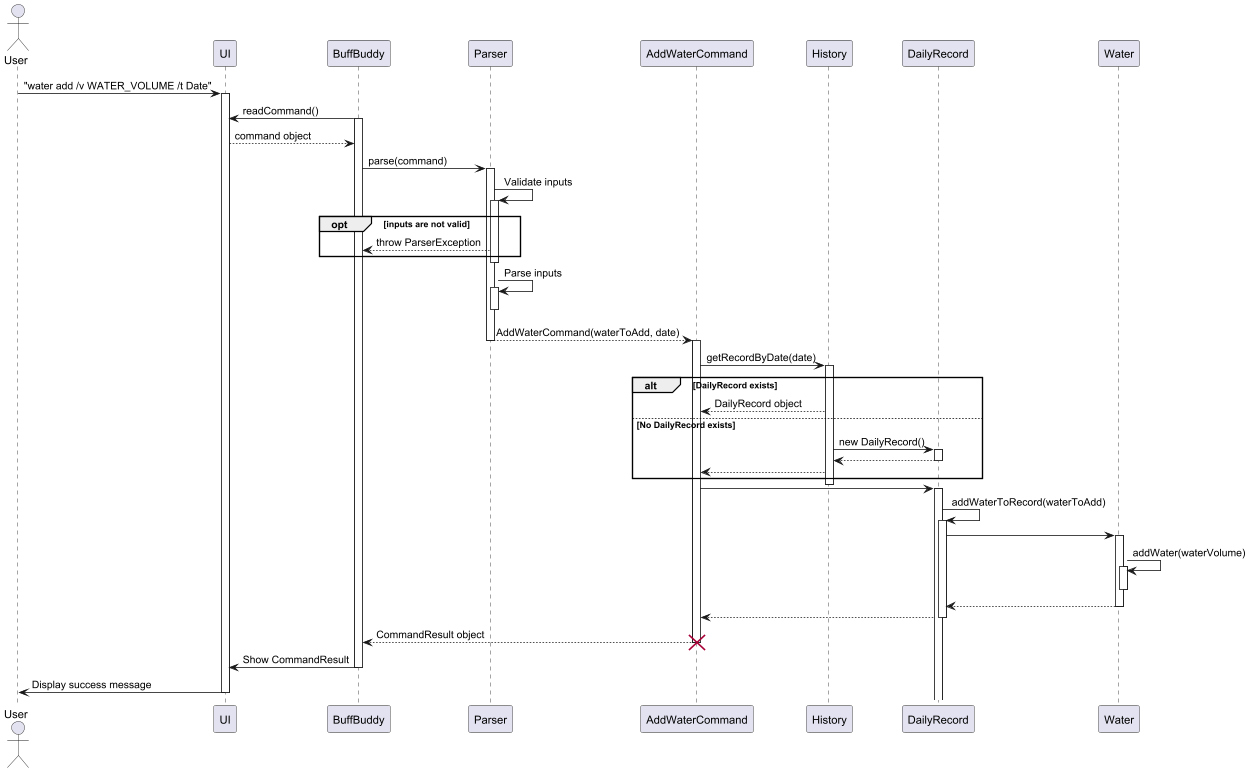
nus-cs2113-AY2425S1/tp keeps this PlantUML diagram as docs/images/addWaterSequenceDiagram.png. Above is the earlier version. Its diagram source:
```plantuml
@startuml
actor User
participant "UI" as UI
participant "BuffBuddy" as BB
participant "Parser" as Parser
participant "AddWaterCommand" as AddCmd
participant "History" as History
participant "DailyRecord" as DailyRec

User -> UI: "water add /v WATER_VOLUME /t Date"
activate UI
BB -> UI: readCommand()
activate BB
UI --> BB: command object
BB -> Parser: parse(command)
activate Parser

Parser -> Parser : Validate inputs
activate Parser
opt inputs are not valid
    Parser --> BB : throw ParserException
    end
deactivate Parser

Parser -> Parser : Parse inputs
activate Parser
deactivate Parser
Parser --> AddCmd: AddWaterCommand(waterToAdd, date)
deactivate Parser

activate AddCmd

AddCmd -> History: getRecordByDate(date)
activate History

alt DailyRecord exists
  History --> AddCmd: DailyRecord object
else No DailyRecord exists
  History -> DailyRec: new DailyRecord()
  activate DailyRec
  DailyRec --> History
  deactivate DailyRec
  History --> AddCmd
end
deactivate History

AddCmd -> DailyRec:
activate DailyRec

DailyRec -> DailyRec: addWaterToRecord(waterToAdd)
activate DailyRec
DailyRec -> Water
activate Water
Water -> Water: addWater(waterVolume)
activate Water
deactivate Water
Water --> DailyRec
deactivate Water


DailyRec --> AddCmd
deactivate DailyRec

AddCmd --> BB: CommandResult object
deactivate AddCmd
destroy AddCmd

BB -> UI: Show CommandResult
deactivate BB

UI -> User: Display success message
deactivate UI
@enduml
```
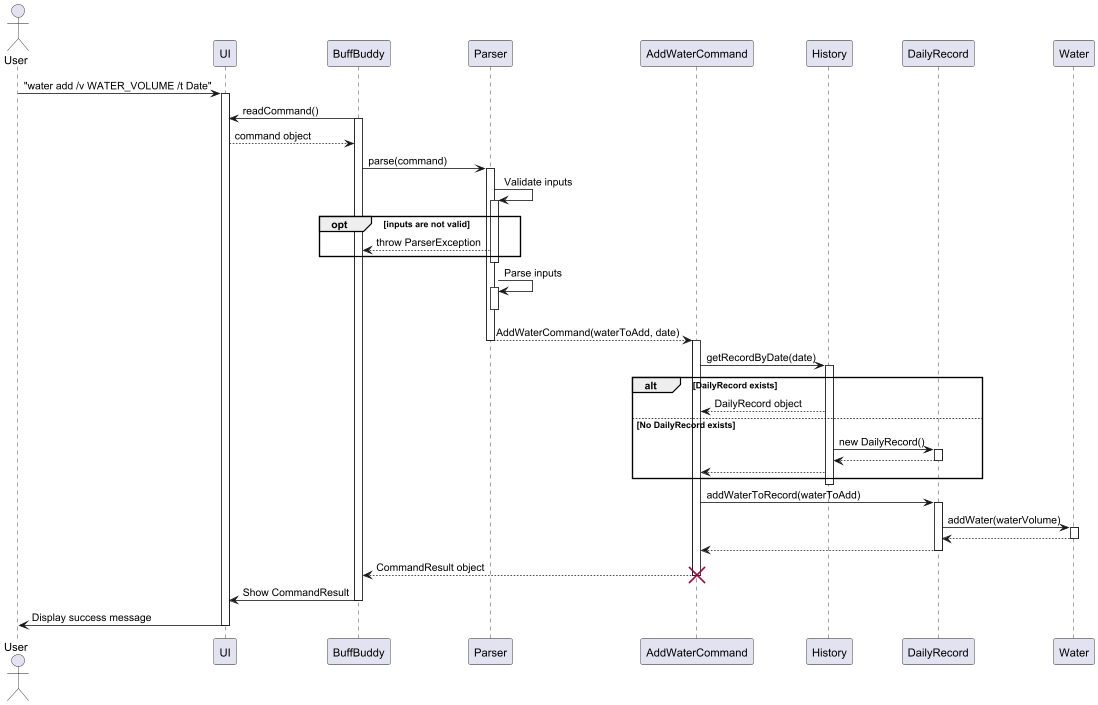
Above is the later version.

Commit message:
add Delete Water deq Diagram

The edit, as a diff of the source:
```diff
@@ -44,16 +44,12 @@
 end
 deactivate History
 
-AddCmd -> DailyRec:
+AddCmd -> DailyRec: addWaterToRecord(waterToAdd)
 activate DailyRec
 
-DailyRec -> DailyRec: addWaterToRecord(waterToAdd)
-activate DailyRec
-DailyRec -> Water
+DailyRec -> Water : addWater(waterVolume)
 activate Water
-Water -> Water: addWater(waterVolume)
-activate Water
-deactivate Water
+
 Water --> DailyRec
 deactivate Water
 
```
